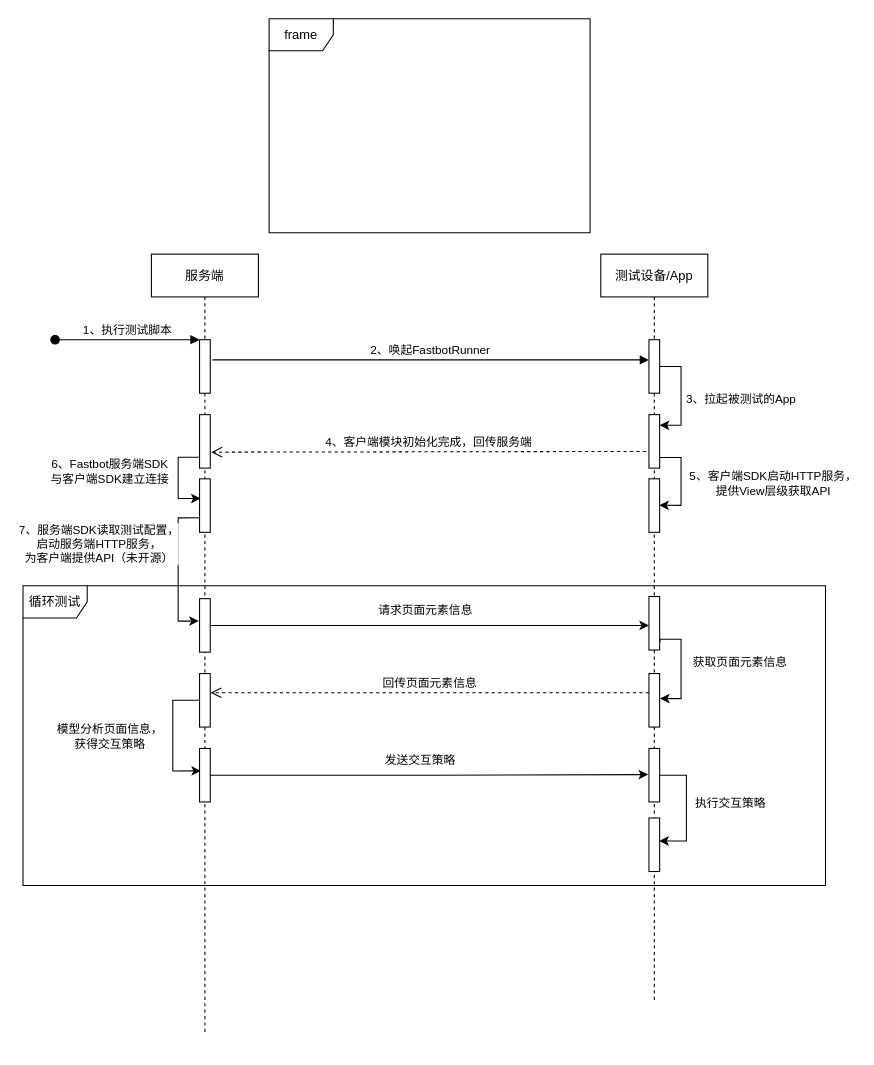
Earlier version of the draw.io diagram Doctor.Diagram.drawio (ginhoor/OnlineDocuments). Source tidied: cells renumbered, new cells numbered last; positions are measured from the earlier drawing's top-left corner, leaving out a move shared by most shapes. Both pictures are drawn from the tidied source at 107%, with x=0, y=0 at pixel (22, 18).
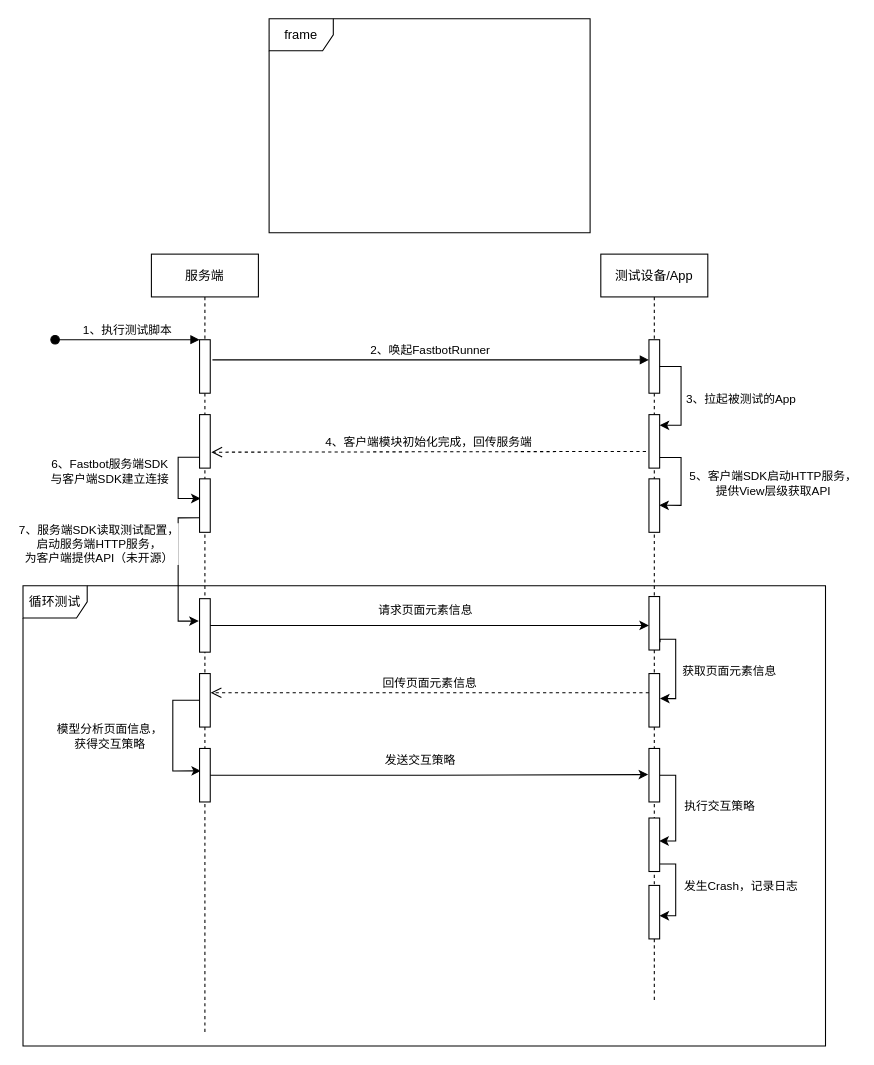
The same diagram, later.

The change refers to these unchanged cells:
```xml
<mxCell id="17" value="测试设备/App" style="shape=umlLifeline;perimeter=lifelinePerimeter;rounded=0;shadow=0;strokeWidth=1;" parent="1" vertex="1">
  <mxGeometry x="540" y="220" width="100" height="700" as="geometry" />
</mxCell>
<mxCell id="26" style="points=[];perimeter=orthogonalPerimeter;rounded=0;shadow=0;strokeWidth=1;" parent="17" vertex="1">
  <mxGeometry x="45" y="320" width="10" height="50" as="geometry" />
</mxCell>
<mxCell id="27" style="points=[];perimeter=orthogonalPerimeter;rounded=0;shadow=0;strokeWidth=1;" parent="17" vertex="1">
  <mxGeometry x="45" y="392" width="10" height="50" as="geometry" />
</mxCell>
<mxCell id="30" style="points=[];perimeter=orthogonalPerimeter;rounded=0;shadow=0;strokeWidth=1;" parent="17" vertex="1">
  <mxGeometry x="45" y="462" width="10" height="50" as="geometry" />
</mxCell>
<mxCell id="31" style="points=[];perimeter=orthogonalPerimeter;rounded=0;shadow=0;strokeWidth=1;" parent="17" vertex="1">
  <mxGeometry x="45" y="527" width="10" height="50" as="geometry" />
</mxCell>
```

Change to the diagram source:
```diff
@@
     <mxCell id="2" value="循环测试" style="shape=umlFrame;whiteSpace=wrap;html=1;" parent="1" vertex="1">
-      <mxGeometry y="530" width="750" height="280" as="geometry" />
+      <mxGeometry y="530" width="750" height="430" as="geometry" />
     </mxCell>
@@
     <mxCell id="25" value="获取页面元素信息" style="edgeStyle=orthogonalEdgeStyle;rounded=0;jettySize=auto;html=1;entryX=1.031;entryY=0.468;entryDx=0;entryDy=0;entryPerimeter=0;exitX=1.031;exitY=0.853;exitDx=0;exitDy=0;exitPerimeter=0;" parent="17" edge="1" source="26" target="27">
-      <mxGeometry x="-0.12" y="55" relative="1" as="geometry">
+      <mxGeometry x="0.08" y="50" relative="1" as="geometry">
         <Array as="points">
           <mxPoint x="55" y="360" />
-          <mxPoint x="75" y="360" />
-          <mxPoint x="75" y="415" />
+          <mxPoint x="70" y="360" />
+          <mxPoint x="70" y="415" />
         </Array>
       </mxGeometry>
     </mxCell>
@@
     <mxCell id="28" style="edgeStyle=orthogonalEdgeStyle;rounded=0;jettySize=auto;html=1;entryX=0.962;entryY=0.429;entryDx=0;entryDy=0;entryPerimeter=0;" parent="17" edge="1" source="30" target="31">
       <mxGeometry relative="1" as="geometry">
         <Array as="points">
-          <mxPoint x="80" y="487" />
-          <mxPoint x="80" y="548" />
+          <mxPoint x="70" y="487" />
+          <mxPoint x="70" y="549" />
         </Array>
       </mxGeometry>
     </mxCell>
@@
+    <mxCell id="40" style="edgeStyle=orthogonalEdgeStyle;rounded=0;jettySize=auto;html=1;entryX=0.986;entryY=0.566;entryDx=0;entryDy=0;entryPerimeter=0;" parent="17" edge="1" source="31" target="42">
+      <mxGeometry relative="1" as="geometry">
+        <Array as="points">
+          <mxPoint x="70" y="570" />
+          <mxPoint x="70" y="618" />
+        </Array>
+      </mxGeometry>
+    </mxCell>
+    <mxCell id="41" value="发生Crash，记录日志" style="edgeLabel;html=1;align=center;verticalAlign=middle;" parent="40" vertex="1">
+      <mxGeometry x="-0.16" y="1" relative="1" as="geometry">
+        <mxPoint x="59" y="2" as="offset" />
+      </mxGeometry>
+    </mxCell>
@@
+    <mxCell id="42" style="points=[];perimeter=orthogonalPerimeter;rounded=0;shadow=0;strokeWidth=1;" parent="17" vertex="1">
+      <mxGeometry x="45" y="590" width="10" height="50" as="geometry" />
+    </mxCell>
```
